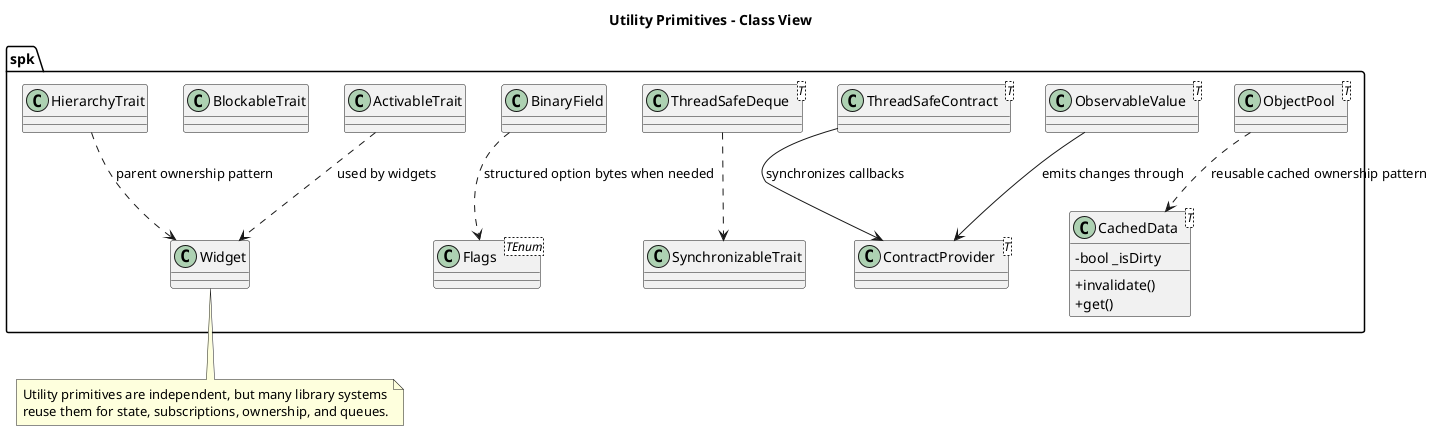
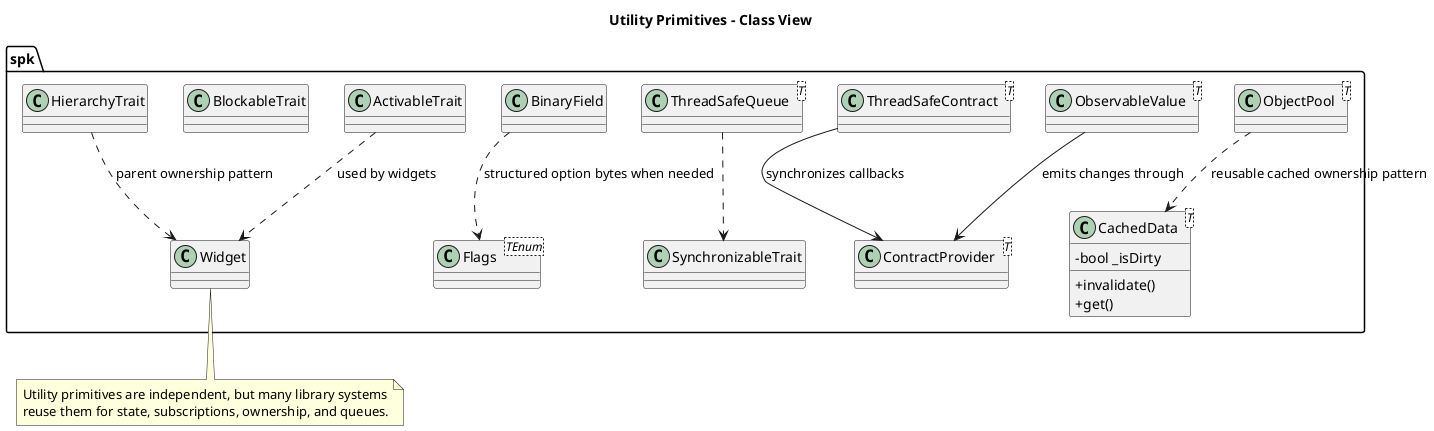
@startuml
title Utility Primitives - Class View

skinparam classAttributeIconSize 0

namespace spk {
	class CachedData<T> {
		- bool _isDirty
		+ invalidate()
		+ get()
	}

	class Flags<TEnum>
	class ObjectPool<T>
	class ObservableValue<T>
	class ContractProvider<T>
	class ThreadSafeContract<T>
- 	class ThreadSafeDeque<T>
+ 	class ThreadSafeQueue<T>
	class BinaryField
	class ActivableTrait
	class BlockableTrait
	class HierarchyTrait
	class SynchronizableTrait
}

spk.ObservableValue --> spk.ContractProvider : emits changes through
spk.ThreadSafeContract --> spk.ContractProvider : synchronizes callbacks
- spk.ThreadSafeDeque ..> spk.SynchronizableTrait
+ spk.ThreadSafeQueue ..> spk.SynchronizableTrait
spk.ObjectPool ..> spk.CachedData : reusable cached ownership pattern
spk.BinaryField ..> spk.Flags : structured option bytes when needed
spk.ActivableTrait ..> spk.Widget : used by widgets
spk.HierarchyTrait ..> spk.Widget : parent ownership pattern

note bottom
Utility primitives are independent, but many library systems
reuse them for state, subscriptions, ownership, and queues.
end note

@enduml
